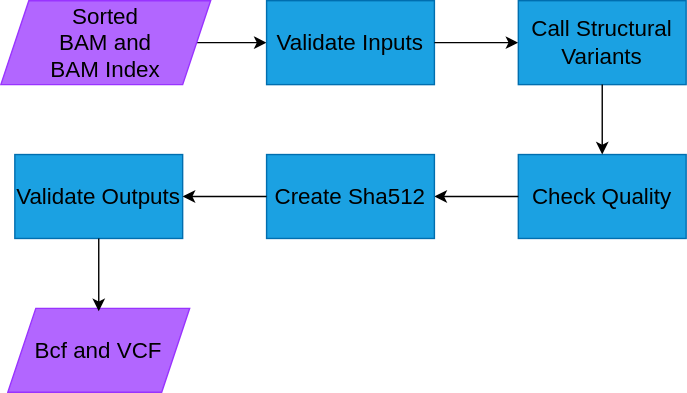
Earlier version of the draw.io export call-gSV-flowchart-diagram.drawio.svg (uclahs-cds/pipeline-call-gSV). Source tidied: cells renumbered, new cells last; positions are measured from the earlier drawing's top-left corner, leaving out a move shared by most shapes.
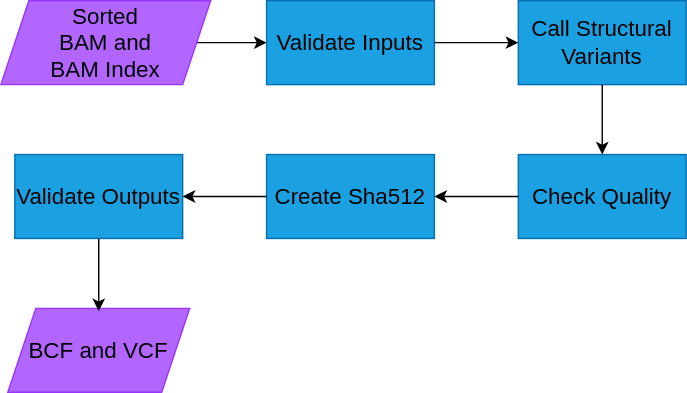
Later version of the same file.

Commit message:
Corrected DAG label

The edit, as a diff of the source:
```diff
@@ -32,7 +32,7 @@
     <mxCell id="11" value="Validate Outputs" style="rounded=0;whiteSpace=wrap;html=1;fillColor=#1ba1e2;strokeColor=#006EAF;fontColor=#000000;fontSize=16;" parent="1" vertex="1">
       <mxGeometry x="10" y="110" width="120" height="60" as="geometry" />
     </mxCell>
-    <mxCell id="12" value="Bcf and VCF" style="shape=parallelogram;perimeter=parallelogramPerimeter;whiteSpace=wrap;html=1;fixedSize=1;fillColor=#B266FF;strokeColor=#9933FF;fontSize=16;fontColor=#000000;" parent="1" vertex="1">
+    <mxCell id="12" value="BCF and VCF" style="shape=parallelogram;perimeter=parallelogramPerimeter;whiteSpace=wrap;html=1;fixedSize=1;fillColor=#B266FF;strokeColor=#9933FF;fontSize=16;fontColor=#000000;" parent="1" vertex="1">
       <mxGeometry x="5" y="220" width="130" height="60" as="geometry" />
     </mxCell>
     <mxCell id="13" style="edgeStyle=orthogonalEdgeStyle;rounded=0;jettySize=auto;html=1;strokeColor=#000000;" parent="1" edge="1" target="11">
```
